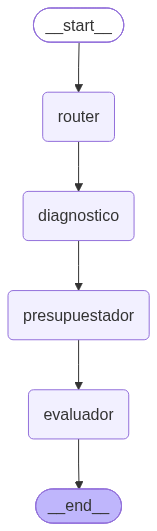
The Mermaid diagram docs/grafo.png in Seropeto/toxiro-taller-langgraph, before a commit. Its source is kept beside it as docs/grafo.mmd. Its diagram source:
```mermaid
---
config:
  flowchart:
    curve: linear
---
graph TD;
	__start__([<p>__start__</p>]):::first
	router(router)
	diagnostico(diagnostico)
	presupuestador(presupuestador)
	evaluador(evaluador)
	__end__([<p>__end__</p>]):::last
	__start__ --> router;
	diagnostico --> presupuestador;
	presupuestador --> evaluador;
	router --> diagnostico;
	evaluador --> __end__;
	classDef default fill:#f2f0ff,line-height:1.2
	classDef first fill-opacity:0
	classDef last fill:#bfb6fc
```
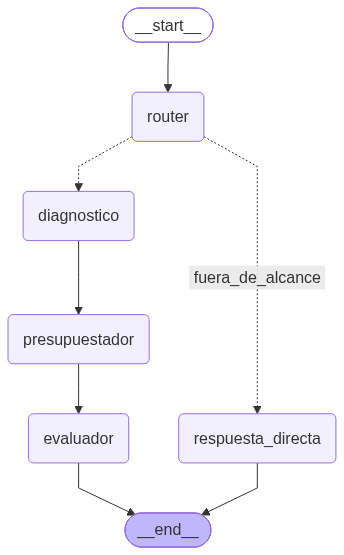
The same diagram one commit later.

What changed in the source:
```diff
@@ -9,12 +9,15 @@
 	diagnostico(diagnostico)
 	presupuestador(presupuestador)
 	evaluador(evaluador)
+	respuesta_directa(respuesta_directa)
 	__end__([<p>__end__</p>]):::last
 	__start__ --> router;
 	diagnostico --> presupuestador;
 	presupuestador --> evaluador;
-	router --> diagnostico;
+	router -.-> diagnostico;
+	router -. &nbsp;fuera_de_alcance&nbsp; .-> respuesta_directa;
 	evaluador --> __end__;
+	respuesta_directa --> __end__;
 	classDef default fill:#f2f0ff,line-height:1.2
 	classDef first fill-opacity:0
 	classDef last fill:#bfb6fc
```
